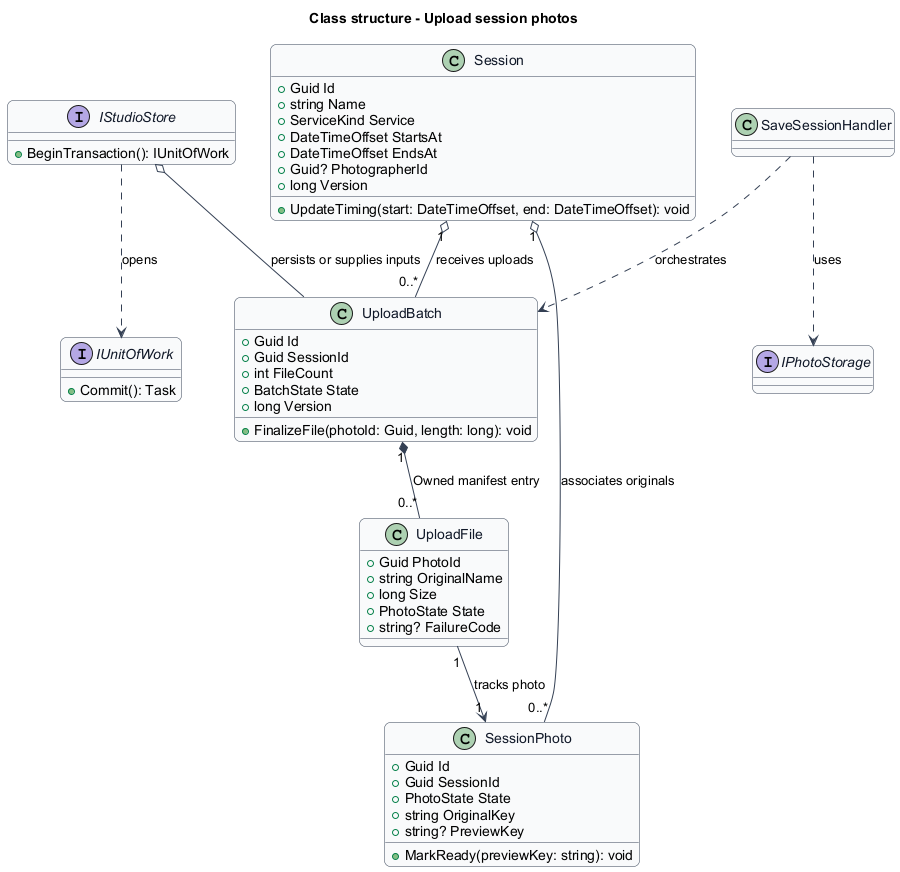
Above: docs/detailed-designs/session-photos/upload-session-photos/diagrams/class-structure.png in QuinntyneBrown/quinntyne-brown-studio (PlantUML), before the change. The source it was exported from:
```plantuml
@startuml
skinparam backgroundColor #FFFFFF
skinparam shadowing false
skinparam roundcorner 12
skinparam defaultFontName Arial
skinparam ArrowColor #344054
skinparam rectangle {
  BorderColor #344054
  FontColor #101828
}
skinparam package {
  BorderColor #667085
  FontColor #101828
  BackgroundColor #F9FAFB
}
title Class structure - Upload session photos
skinparam class {
 BorderColor #344054
 FontColor #101828
 BackgroundColor #F9FAFB
}
class UploadBatch {
 +Guid Id
 +Guid SessionId
 +int FileCount
 +BatchState State
 +long Version
 +FinalizeFile(photoId: Guid, length: long): void
}
class UploadFile {
 +Guid PhotoId
 +string OriginalName
 +long Size
 +PhotoState State
 +string? FailureCode
}
UploadBatch "1" *-- "0..*" UploadFile : Owned manifest entry
interface IStudioStore {
 +BeginTransaction(): IUnitOfWork
}
interface IUnitOfWork {
 +Commit(): Task
}
IStudioStore ..> IUnitOfWork : opens
IStudioStore o-- UploadBatch : persists or supplies inputs
interface IPhotoStorage
class SaveSessionHandler
SaveSessionHandler ..> IPhotoStorage : uses
SaveSessionHandler ..> UploadBatch : orchestrates
class Session {
 +Guid Id
 +string Name
 +ServiceKind Service
 +DateTimeOffset StartsAt
 +DateTimeOffset EndsAt
 +Guid? PhotographerId
 +long Version
 +UpdateTiming(start: DateTimeOffset, end: DateTimeOffset): void
}
class SessionPhoto {
 +Guid Id
 +Guid SessionId
 +PhotoState State
 +string OriginalKey
 +string? PreviewKey
 +MarkReady(previewKey: string): void
}
Session "1" o-- "0..*" UploadBatch : receives uploads
UploadFile "1" --> "1" SessionPhoto : tracks photo
Session "1" o-- "0..*" SessionPhoto : associates originals
@enduml
```
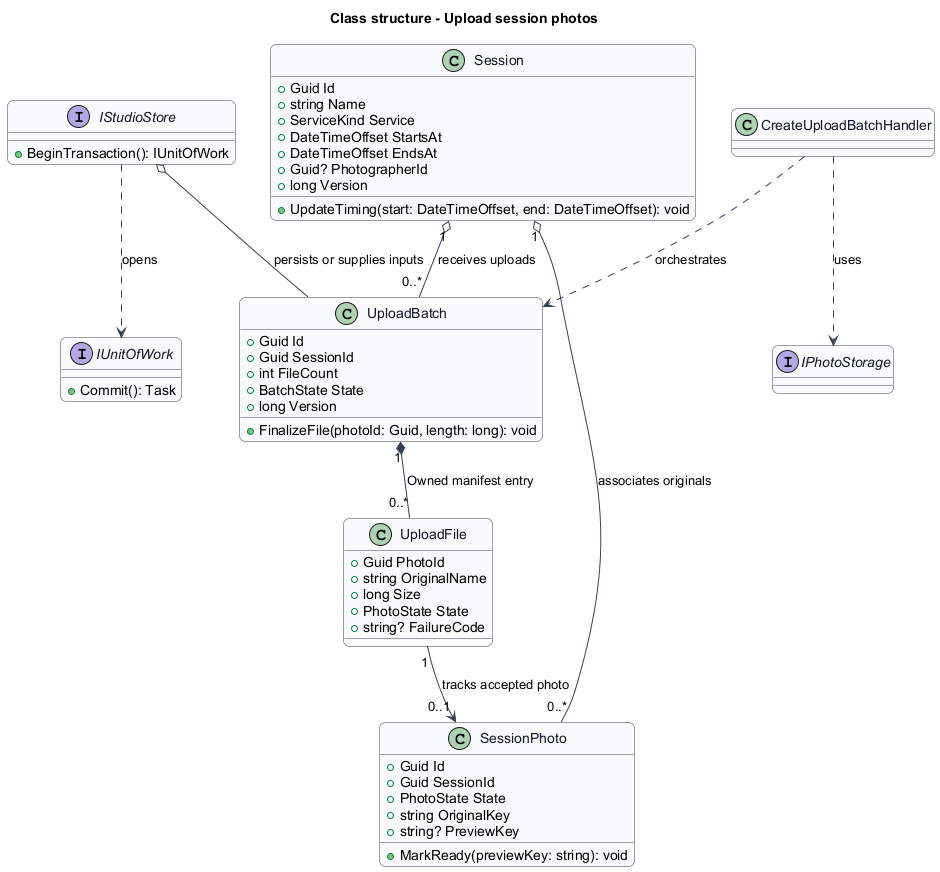
After the commit.

What changed in the source:
```diff
@@ -44,9 +44,9 @@
 IStudioStore ..> IUnitOfWork : opens
 IStudioStore o-- UploadBatch : persists or supplies inputs
 interface IPhotoStorage
-class SaveSessionHandler
-SaveSessionHandler ..> IPhotoStorage : uses
-SaveSessionHandler ..> UploadBatch : orchestrates
+class CreateUploadBatchHandler
+CreateUploadBatchHandler ..> IPhotoStorage : uses
+CreateUploadBatchHandler ..> UploadBatch : orchestrates
 class Session {
  +Guid Id
  +string Name
@@ -66,6 +66,6 @@
  +MarkReady(previewKey: string): void
 }
 Session "1" o-- "0..*" UploadBatch : receives uploads
-UploadFile "1" --> "1" SessionPhoto : tracks photo
+UploadFile "1" --> "0..1" SessionPhoto : tracks accepted photo
 Session "1" o-- "0..*" SessionPhoto : associates originals
 @enduml
```
